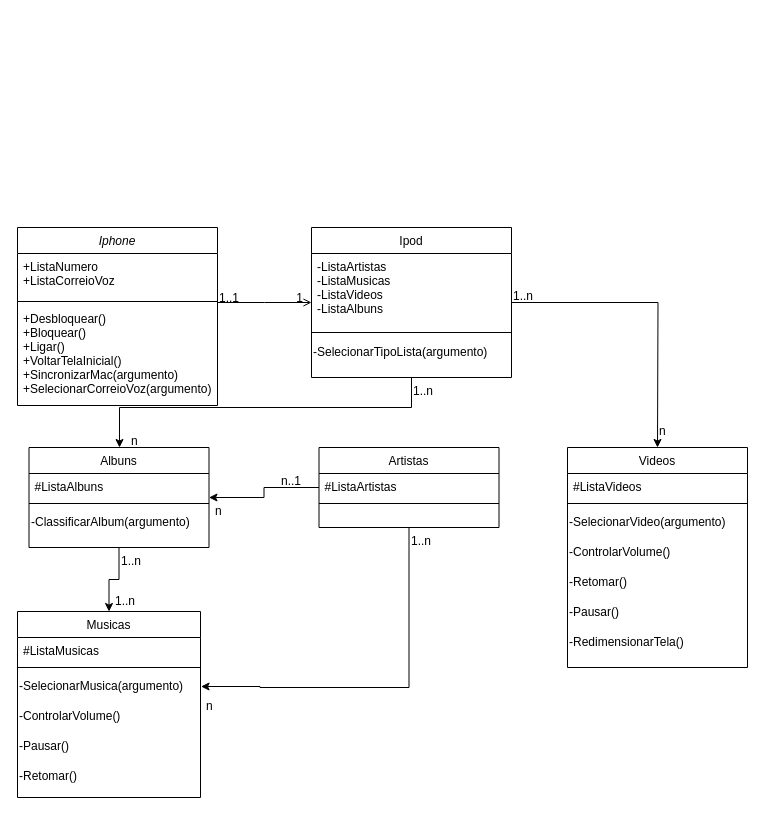
Above: Diagrama de Classes Iphone.drawio in alexandremrrocha/UML-IPhone (draw.io), before the change. Source tidied: cells renumbered, new cells numbered last; positions are measured from the earlier drawing's top-left corner, leaving out a move shared by most shapes. Both pictures are drawn from the tidied source at 100%, with x=0, y=0 at pixel (17, 177).
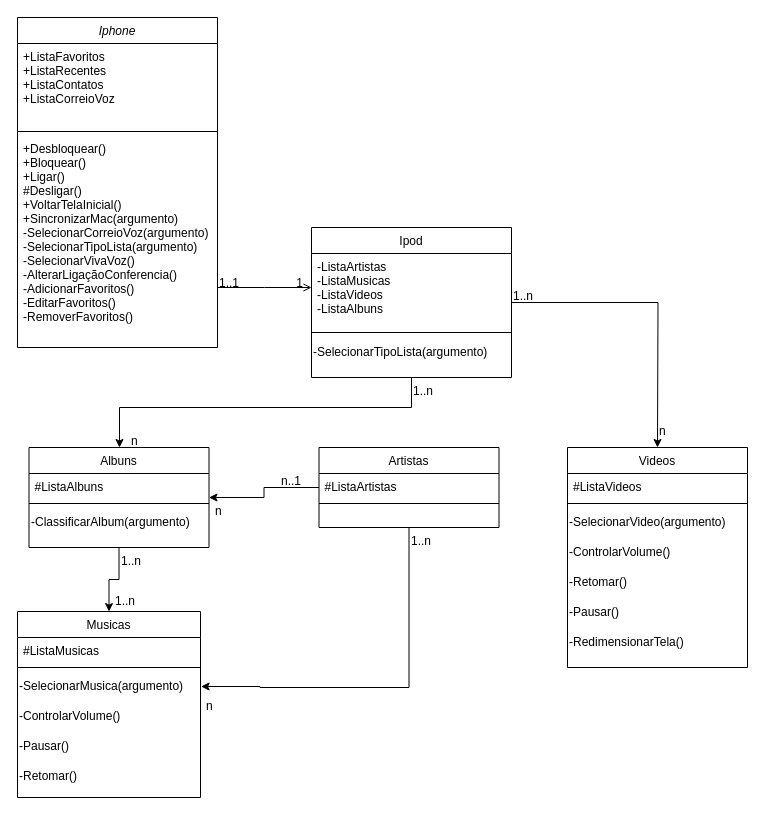
Above is the later version.

The edit, as a diff of the source:
```diff
@@
     <mxCell id="2" value="Iphone" style="swimlane;fontStyle=2;align=center;verticalAlign=top;horizontal=1;startSize=26;rounded=0;shadow=0;strokeWidth=1;" parent="1" vertex="1">
-      <mxGeometry y="50" width="200" height="178" as="geometry" />
+      <mxGeometry y="-160" width="200" height="330" as="geometry" />
     </mxCell>
-    <mxCell id="3" value="+ListaNumero&#10;+ListaCorreioVoz&#10;" style="text;align=left;verticalAlign=top;spacingLeft=4;spacingRight=4;overflow=hidden;rounded=0;shadow=0;html=0;" parent="2" vertex="1">
-      <mxGeometry y="26" width="200" height="44" as="geometry" />
+    <mxCell id="3" value="+ListaFavoritos&#10;+ListaRecentes&#10;+ListaContatos&#10;+ListaCorreioVoz&#10;" style="text;align=left;verticalAlign=top;spacingLeft=4;spacingRight=4;overflow=hidden;rounded=0;shadow=0;html=0;" parent="2" vertex="1">
+      <mxGeometry y="26" width="200" height="84" as="geometry" />
     </mxCell>
     <mxCell id="4" style="line;html=1;strokeWidth=1;align=left;verticalAlign=middle;spacingTop=-1;spacingLeft=3;spacingRight=3;labelPosition=right;" parent="2" vertex="1">
-      <mxGeometry y="70" width="200" height="8" as="geometry" />
+      <mxGeometry y="110" width="200" height="8" as="geometry" />
     </mxCell>
-    <mxCell id="5" value="+Desbloquear()&#10;+Bloquear()&#10;+Ligar()&#10;+VoltarTelaInicial()&#10;+SincronizarMac(argumento)&#10;+SelecionarCorreioVoz(argumento)&#10;" style="text;align=left;verticalAlign=top;spacingLeft=4;spacingRight=4;overflow=hidden;" parent="2" vertex="1">
-      <mxGeometry y="78" width="200" height="100" as="geometry" />
+    <mxCell id="5" value="+Desbloquear()&#10;+Bloquear()&#10;+Ligar()&#10;#Desligar()&#10;+VoltarTelaInicial()&#10;+SincronizarMac(argumento)&#10;-SelecionarCorreioVoz(argumento)&#10;-SelecionarTipoLista(argumento)&#10;-SelecionarVivaVoz()&#10;-AlterarLigaçãoConferencia()&#10;-AdicionarFavoritos()&#10;-EditarFavoritos()&#10;-RemoverFavoritos()&#10;&#10;&#10;&#10;" style="text;align=left;verticalAlign=top;spacingLeft=4;spacingRight=4;overflow=hidden;" parent="2" vertex="1">
+      <mxGeometry y="118" width="200" height="212" as="geometry" />
     </mxCell>
```
